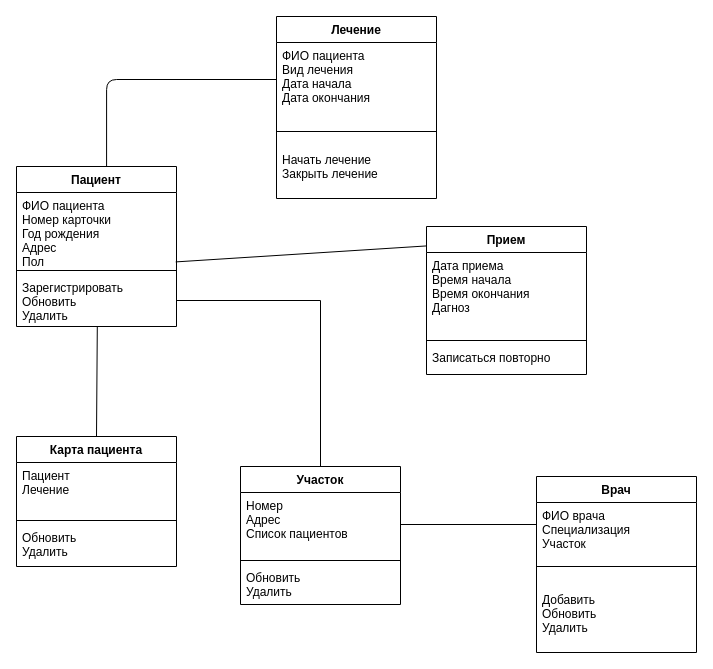
The draw.io diagram DAoSS/Диаграмма_классов.drawio in VikaYakunina/lemongatorade, before the edit. Source tidied: cells renumbered, new cells numbered last; positions are measured from the earlier drawing's top-left corner, leaving out a move shared by most shapes. Both pictures are drawn from the tidied source at 100%, with x=0, y=0 at pixel (16, 16).
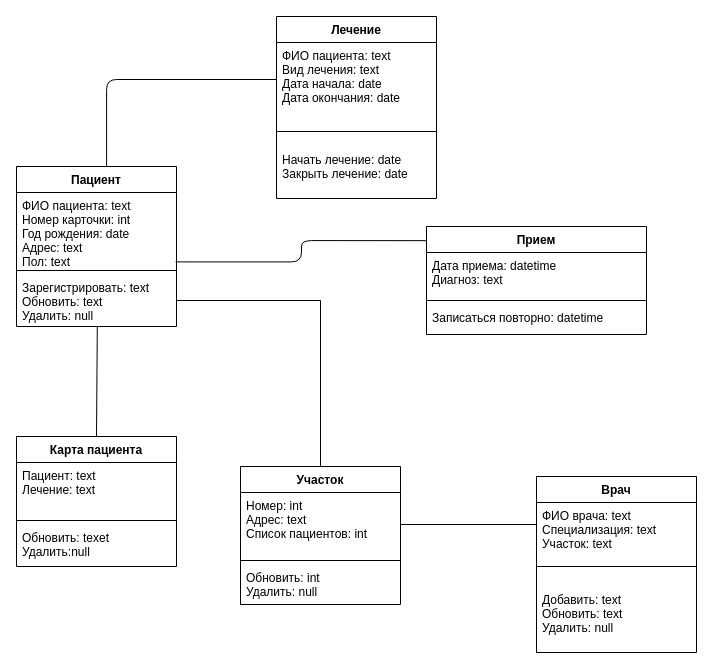
After the change.

Unchanged cells that the change refers to:
```xml
<mxCell id="5" value="Карта пациента" style="swimlane;fontStyle=1;align=center;verticalAlign=top;horizontal=1;startSize=26;" parent="1" vertex="1">
  <mxGeometry y="420" width="160" height="130" as="geometry" />
</mxCell>
<mxCell id="9" value="Пациент" style="swimlane;fontStyle=1;align=center;verticalAlign=top;horizontal=1;startSize=26;" parent="1" vertex="1">
  <mxGeometry y="150" width="160" height="160" as="geometry" />
</mxCell>
<mxCell id="15" value="Лечение" style="swimlane;fontStyle=1;align=center;verticalAlign=top;horizontal=1;startSize=26;" parent="1" vertex="1">
  <mxGeometry x="260" width="160" height="182" as="geometry" />
</mxCell>
<mxCell id="23" value="Врач" style="swimlane;fontStyle=1;align=center;verticalAlign=top;horizontal=1;startSize=26;" parent="1" vertex="1">
  <mxGeometry x="520" y="460" width="160" height="176" as="geometry" />
</mxCell>
<mxCell id="27" value="Участок" style="swimlane;fontStyle=1;align=center;verticalAlign=top;horizontal=1;startSize=26;" parent="1" vertex="1">
  <mxGeometry x="224" y="450" width="160" height="138" as="geometry" />
</mxCell>
```

Diff of the diagram source:
```diff
@@
-    <mxCell id="6" value="Пациент&#10;Лечение" style="text;strokeColor=none;fillColor=none;align=left;verticalAlign=top;spacingLeft=4;spacingRight=4;overflow=hidden;" parent="5" vertex="1">
+    <mxCell id="6" value="Пациент: text&#10;Лечение: text" style="text;strokeColor=none;fillColor=none;align=left;verticalAlign=top;spacingLeft=4;spacingRight=4;overflow=hidden;" parent="5" vertex="1">
       <mxGeometry y="26" width="160" height="54" as="geometry" />
     </mxCell>
@@
-    <mxCell id="8" value="Обновить&#10;Удалить" style="text;strokeColor=none;fillColor=none;align=left;verticalAlign=top;spacingLeft=4;spacingRight=4;overflow=hidden;" parent="5" vertex="1">
+    <mxCell id="8" value="Обновить: texet&#10;Удалить:null" style="text;strokeColor=none;fillColor=none;align=left;verticalAlign=top;spacingLeft=4;spacingRight=4;overflow=hidden;" parent="5" vertex="1">
       <mxGeometry y="88" width="160" height="42" as="geometry" />
     </mxCell>
@@
-    <mxCell id="10" value="ФИО пациента&#10;Номер карточки&#10;Год рождения&#10;Адрес&#10;Пол&#10;" style="text;strokeColor=none;fillColor=none;align=left;verticalAlign=top;spacingLeft=4;spacingRight=4;overflow=hidden;points=[[0,0.5],[1,0.5]];portConstraint=eastwest;" parent="9" vertex="1">
+    <mxCell id="10" value="ФИО пациента: text&#10;Номер карточки: int&#10;Год рождения: date&#10;Адрес: text&#10;Пол: text&#10;" style="text;strokeColor=none;fillColor=none;align=left;verticalAlign=top;spacingLeft=4;spacingRight=4;overflow=hidden;points=[[0,0.5],[1,0.5]];portConstraint=eastwest;" parent="9" vertex="1">
       <mxGeometry y="26" width="160" height="74" as="geometry" />
     </mxCell>
@@
-    <mxCell id="12" value="Зарегистрировать&#10;Обновить &#10;Удалить" style="text;strokeColor=none;fillColor=none;align=left;verticalAlign=top;spacingLeft=4;spacingRight=4;overflow=hidden;points=[[0,0.5],[1,0.5]];portConstraint=eastwest;" parent="9" vertex="1">
+    <mxCell id="12" value="Зарегистрировать: text&#10;Обновить: text&#10;Удалить: null" style="text;strokeColor=none;fillColor=none;align=left;verticalAlign=top;spacingLeft=4;spacingRight=4;overflow=hidden;points=[[0,0.5],[1,0.5]];portConstraint=eastwest;" parent="9" vertex="1">
       <mxGeometry y="108" width="160" height="52" as="geometry" />
     </mxCell>
@@
-    <mxCell id="14" style="endArrow=none;endFill=0;endSize=12;html=1;exitX=0.995;exitY=0.938;exitDx=0;exitDy=0;exitPerimeter=0;entryX=0.005;entryY=0.131;entryDx=0;entryDy=0;entryPerimeter=0;" parent="1" edge="1" source="10" target="19">
+    <mxCell id="14" style="endArrow=none;endFill=0;endSize=12;html=1;exitX=0.995;exitY=0.938;exitDx=0;exitDy=0;exitPerimeter=0;entryX=0.005;entryY=0.131;entryDx=0;entryDy=0;entryPerimeter=0;edgeStyle=orthogonalEdgeStyle;" parent="1" edge="1" source="10" target="19">
       <mxGeometry relative="1" as="geometry" />
     </mxCell>
@@
-    <mxCell id="16" value="ФИО пациента&#10;Вид лечения&#10;Дата начала&#10;Дата окончания" style="text;strokeColor=none;fillColor=none;align=left;verticalAlign=top;spacingLeft=4;spacingRight=4;overflow=hidden;points=[[0,0.5],[1,0.5]];portConstraint=eastwest;" parent="15" vertex="1">
+    <mxCell id="16" value="ФИО пациента: text&#10;Вид лечения: text&#10;Дата начала: date&#10;Дата окончания: date" style="text;strokeColor=none;fillColor=none;align=left;verticalAlign=top;spacingLeft=4;spacingRight=4;overflow=hidden;points=[[0,0.5],[1,0.5]];portConstraint=eastwest;" parent="15" vertex="1">
       <mxGeometry y="26" width="160" height="74" as="geometry" />
     </mxCell>
@@
-    <mxCell id="18" value="Начать лечение&#10;Закрыть лечение" style="text;strokeColor=none;fillColor=none;align=left;verticalAlign=top;spacingLeft=4;spacingRight=4;overflow=hidden;" parent="15" vertex="1">
+    <mxCell id="18" value="Начать лечение: date&#10;Закрыть лечение: date" style="text;strokeColor=none;fillColor=none;align=left;verticalAlign=top;spacingLeft=4;spacingRight=4;overflow=hidden;" parent="15" vertex="1">
       <mxGeometry y="130" width="160" height="52" as="geometry" />
     </mxCell>
     <mxCell id="19" value="Прием" style="swimlane;fontStyle=1;align=center;verticalAlign=top;horizontal=1;startSize=26;" parent="1" vertex="1">
-      <mxGeometry x="410" y="210" width="160" height="148" as="geometry" />
+      <mxGeometry x="410" y="210" width="220" height="108" as="geometry" />
     </mxCell>
-    <mxCell id="20" value="Дата приема&#10;Время начала&#10;Время окончания&#10;Дагноз&#10;" style="text;strokeColor=none;fillColor=none;align=left;verticalAlign=top;spacingLeft=4;spacingRight=4;overflow=hidden;" parent="19" vertex="1">
-      <mxGeometry y="26" width="160" height="84" as="geometry" />
+    <mxCell id="20" value="Дата приема: datetime&#10;Диагноз: text&#10;" style="text;strokeColor=none;fillColor=none;align=left;verticalAlign=top;spacingLeft=4;spacingRight=4;overflow=hidden;" parent="19" vertex="1">
+      <mxGeometry y="26" width="220" height="44" as="geometry" />
     </mxCell>
     <mxCell id="21" style="line;strokeWidth=1;fillColor=none;align=left;verticalAlign=middle;spacingTop=-1;spacingLeft=3;spacingRight=3;labelPosition=right;" parent="19" vertex="1">
-      <mxGeometry y="110" width="160" height="8" as="geometry" />
+      <mxGeometry y="70" width="220" height="8" as="geometry" />
     </mxCell>
-    <mxCell id="22" value="Записаться повторно" style="text;strokeColor=none;fillColor=none;align=left;verticalAlign=top;spacingLeft=4;spacingRight=4;overflow=hidden;" parent="19" vertex="1">
-      <mxGeometry y="118" width="160" height="30" as="geometry" />
+    <mxCell id="22" value="Записаться повторно: datetime" style="text;strokeColor=none;fillColor=none;align=left;verticalAlign=top;spacingLeft=4;spacingRight=4;overflow=hidden;" parent="19" vertex="1">
+      <mxGeometry y="78" width="220" height="30" as="geometry" />
     </mxCell>
@@
-    <mxCell id="24" value="ФИО врача&#10;Специализация&#10;Участок" style="text;strokeColor=none;fillColor=none;align=left;verticalAlign=top;spacingLeft=4;spacingRight=4;overflow=hidden;points=[[0,0.5],[1,0.5]];portConstraint=eastwest;" parent="23" vertex="1">
+    <mxCell id="24" value="ФИО врача: text&#10;Специализация: text&#10;Участок: text" style="text;strokeColor=none;fillColor=none;align=left;verticalAlign=top;spacingLeft=4;spacingRight=4;overflow=hidden;points=[[0,0.5],[1,0.5]];portConstraint=eastwest;" parent="23" vertex="1">
       <mxGeometry y="26" width="160" height="44" as="geometry" />
     </mxCell>
@@
-    <mxCell id="26" value="Добавить&#10;Обновить&#10;Удалить" style="text;strokeColor=none;fillColor=none;align=left;verticalAlign=top;spacingLeft=4;spacingRight=4;overflow=hidden;" parent="23" vertex="1">
+    <mxCell id="26" value="Добавить: text&#10;Обновить: text&#10;Удалить: null" style="text;strokeColor=none;fillColor=none;align=left;verticalAlign=top;spacingLeft=4;spacingRight=4;overflow=hidden;" parent="23" vertex="1">
       <mxGeometry y="110" width="160" height="66" as="geometry" />
     </mxCell>
@@
-    <mxCell id="28" value="Номер&#10;Адрес&#10;Список пациентов" style="text;strokeColor=none;fillColor=none;align=left;verticalAlign=top;spacingLeft=4;spacingRight=4;overflow=hidden;points=[[0,0.5],[1,0.5]];portConstraint=eastwest;" parent="27" vertex="1">
+    <mxCell id="28" value="Номер: int&#10;Адрес: text&#10;Список пациентов: int" style="text;strokeColor=none;fillColor=none;align=left;verticalAlign=top;spacingLeft=4;spacingRight=4;overflow=hidden;points=[[0,0.5],[1,0.5]];portConstraint=eastwest;" parent="27" vertex="1">
       <mxGeometry y="26" width="160" height="64" as="geometry" />
     </mxCell>
@@
-    <mxCell id="30" value="Обновить&#10;Удалить" style="text;strokeColor=none;fillColor=none;align=left;verticalAlign=top;spacingLeft=4;spacingRight=4;overflow=hidden;" parent="27" vertex="1">
+    <mxCell id="30" value="Обновить: int&#10;Удалить: null" style="text;strokeColor=none;fillColor=none;align=left;verticalAlign=top;spacingLeft=4;spacingRight=4;overflow=hidden;" parent="27" vertex="1">
       <mxGeometry y="98" width="160" height="40" as="geometry" />
     </mxCell>
```
